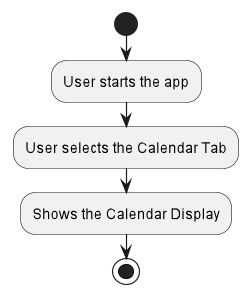
The PlantUML diagram docs/images/CalendarDisplayActivityDiagram.png in nus-cs2103-AY2223S1/tp, before a commit. Its source is kept beside it as docs/diagrams/CalendarDisplayActivityDiagram.puml. Source of this version:
```plantuml
@startuml

start
:User starts the app;
:User selects the Calendar Tab;
:Shows the Calendar Display;
stop

@enduml
```
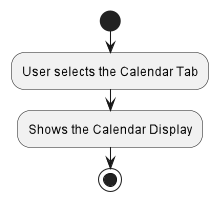
Later version of the same file.

Commit message:
Update calendar activty diagrams

The edit, as a diff of the source:
```diff
@@ -1,7 +1,6 @@
 @startuml
 
 start
-:User starts the app;
 :User selects the Calendar Tab;
 :Shows the Calendar Display;
 stop
```
